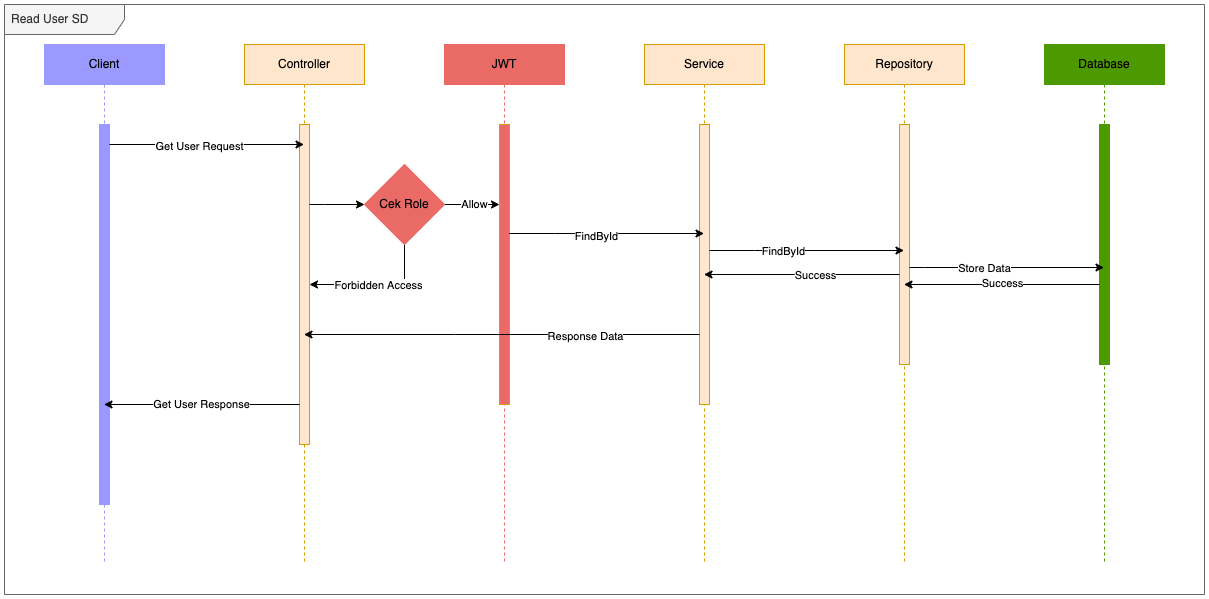
Earlier version of the draw.io export doc/diagram_read.png (wahyugnc/technical-test). Source tidied: cells renumbered, new cells last; positions are measured from the earlier drawing's top-left corner, leaving out a move shared by most shapes.
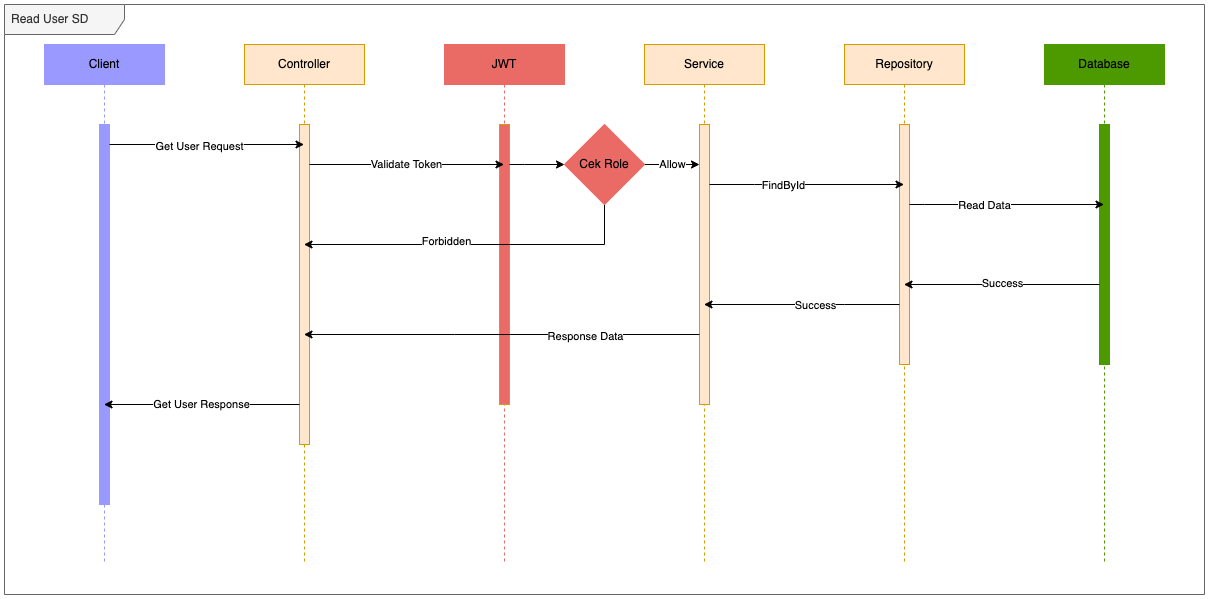
After the commit.

Diff of the diagram source:
```diff
@@ -35,6 +35,19 @@
     <mxCell id="12" style="html=1;points=[];perimeter=orthogonalPerimeter;fillColor=#4D9900;strokeColor=#4D9900;" parent="11" vertex="1">
       <mxGeometry x="55" y="80" width="10" height="240" as="geometry" />
     </mxCell>
+    <mxCell id="22" style="edgeStyle=orthogonalEdgeStyle;rounded=0;orthogonalLoop=1;jettySize=auto;html=1;" parent="11" edge="1">
+      <mxGeometry relative="1" as="geometry">
+        <mxPoint x="-135" y="160" as="sourcePoint" />
+        <mxPoint x="59.5" y="160" as="targetPoint" />
+        <Array as="points">
+          <mxPoint x="-120" y="160" />
+          <mxPoint x="-120" y="160" />
+        </Array>
+      </mxGeometry>
+    </mxCell>
+    <mxCell id="23" value="Read Data" style="edgeLabel;html=1;align=center;verticalAlign=middle;" parent="22" vertex="1">
+      <mxGeometry x="-0.24" relative="1" as="geometry" />
+    </mxCell>
     <mxCell id="13" value="JWT" style="shape=umlLifeline;perimeter=lifelinePerimeter;whiteSpace=wrap;html=1;outlineConnect=0;fillColor=#EA6B66;strokeColor=#EA6B66;" parent="1" vertex="1">
       <mxGeometry x="440" y="40" width="120" height="520" as="geometry" />
     </mxCell>
@@ -60,45 +73,19 @@
         </Array>
       </mxGeometry>
     </mxCell>
-    <mxCell id="18" style="edgeStyle=orthogonalEdgeStyle;rounded=0;orthogonalLoop=1;jettySize=auto;html=1;" parent="1" edge="1">
-      <mxGeometry relative="1" as="geometry">
-        <mxPoint x="505" y="229" as="sourcePoint" />
-        <mxPoint x="699.5" y="229" as="targetPoint" />
-        <Array as="points">
-          <mxPoint x="550" y="229" />
-          <mxPoint x="550" y="229" />
-        </Array>
-      </mxGeometry>
-    </mxCell>
-    <mxCell id="19" value="FindById" style="edgeLabel;html=1;align=center;verticalAlign=middle;" parent="18" vertex="1">
-      <mxGeometry x="-0.12" y="-2" relative="1" as="geometry" />
-    </mxCell>
     <mxCell id="20" style="edgeStyle=orthogonalEdgeStyle;rounded=0;orthogonalLoop=1;jettySize=auto;html=1;" parent="1" edge="1">
       <mxGeometry relative="1" as="geometry">
-        <mxPoint x="705" y="246" as="sourcePoint" />
-        <mxPoint x="899.5" y="246" as="targetPoint" />
+        <mxPoint x="705" y="180" as="sourcePoint" />
+        <mxPoint x="899.5" y="180" as="targetPoint" />
         <Array as="points">
-          <mxPoint x="750" y="246" />
-          <mxPoint x="750" y="246" />
+          <mxPoint x="750" y="180" />
+          <mxPoint x="750" y="180" />
         </Array>
       </mxGeometry>
     </mxCell>
     <mxCell id="21" value="FindById" style="edgeLabel;html=1;align=center;verticalAlign=middle;" parent="20" vertex="1">
       <mxGeometry x="-0.25" relative="1" as="geometry" />
     </mxCell>
-    <mxCell id="22" style="edgeStyle=orthogonalEdgeStyle;rounded=0;orthogonalLoop=1;jettySize=auto;html=1;" parent="1" edge="1">
-      <mxGeometry relative="1" as="geometry">
-        <mxPoint x="905" y="263" as="sourcePoint" />
-        <mxPoint x="1099.5" y="263" as="targetPoint" />
-        <Array as="points">
-          <mxPoint x="920" y="263" />
-          <mxPoint x="920" y="263" />
-        </Array>
-      </mxGeometry>
-    </mxCell>
-    <mxCell id="23" value="Store Data" style="edgeLabel;html=1;align=center;verticalAlign=middle;" parent="22" vertex="1">
-      <mxGeometry x="-0.24" relative="1" as="geometry" />
-    </mxCell>
     <mxCell id="24" style="edgeStyle=orthogonalEdgeStyle;rounded=0;jettySize=auto;html=1;" parent="1" edge="1" source="12" target="9">
       <mxGeometry relative="1" as="geometry">
         <Array as="points">
@@ -113,8 +100,8 @@
     <mxCell id="26" style="edgeStyle=orthogonalEdgeStyle;rounded=0;jettySize=auto;html=1;" parent="1" edge="1" source="10" target="7">
       <mxGeometry relative="1" as="geometry">
         <Array as="points">
-          <mxPoint x="790" y="270" />
-          <mxPoint x="790" y="270" />
+          <mxPoint x="840" y="300" />
+          <mxPoint x="840" y="300" />
         </Array>
       </mxGeometry>
     </mxCell>
@@ -134,37 +121,42 @@
         <mxPoint x="118" as="offset" />
       </mxGeometry>
     </mxCell>
-    <mxCell id="30" style="edgeStyle=orthogonalEdgeStyle;rounded=0;jettySize=auto;html=1;" parent="1" edge="1" source="34" target="14">
-      <mxGeometry relative="1" as="geometry">
-        <Array as="points">
-          <mxPoint x="480" y="200" />
-          <mxPoint x="480" y="200" />
-        </Array>
-      </mxGeometry>
-    </mxCell>
-    <mxCell id="31" value="Allow" style="edgeLabel;html=1;align=center;verticalAlign=middle;" parent="30" vertex="1">
-      <mxGeometry x="0.05" y="1" relative="1" as="geometry" />
+    <mxCell id="31" value="Allow" style="edgeStyle=orthogonalEdgeStyle;rounded=0;jettySize=auto;html=1;" parent="1" edge="1" source="34" target="8">
+      <mxGeometry relative="1" as="geometry">
+        <Array as="points">
+          <mxPoint x="680" y="160" />
+          <mxPoint x="680" y="160" />
+        </Array>
+      </mxGeometry>
     </mxCell>
-    <mxCell id="32" style="edgeStyle=orthogonalEdgeStyle;rounded=0;jettySize=auto;html=1;" parent="1" edge="1" source="34" target="6">
-      <mxGeometry relative="1" as="geometry">
-        <Array as="points">
-          <mxPoint x="400" y="280" />
-        </Array>
-      </mxGeometry>
-    </mxCell>
-    <mxCell id="33" value="Forbidden Access" style="edgeLabel;html=1;align=center;verticalAlign=middle;" parent="32" vertex="1">
-      <mxGeometry x="-0.01" relative="1" as="geometry" />
-    </mxCell>
+    <mxCell id="36" style="edgeStyle=orthogonalEdgeStyle;rounded=0;jettySize=auto;html=1;" parent="1" edge="1" source="34" target="5">
+      <mxGeometry relative="1" as="geometry">
+        <Array as="points">
+          <mxPoint x="600" y="240" />
+        </Array>
+      </mxGeometry>
+    </mxCell>
+    <mxCell id="37" value="Forbidden" style="edgeLabel;html=1;align=center;verticalAlign=middle;" parent="36" vertex="1">
+      <mxGeometry x="0.17" y="-4" relative="1" as="geometry" />
+    </mxCell>
     <mxCell id="34" value="Cek Role" style="rhombus;whiteSpace=wrap;html=1;strokeColor=#EA6B66;fillColor=#EA6B66;" parent="1" vertex="1">
-      <mxGeometry x="360" y="160" width="80" height="80" as="geometry" />
+      <mxGeometry x="560" y="120" width="80" height="80" as="geometry" />
     </mxCell>
-    <mxCell id="35" style="edgeStyle=orthogonalEdgeStyle;rounded=0;jettySize=auto;html=1;entryX=0;entryY=0.5;entryDx=0;entryDy=0;" parent="1" edge="1" source="6" target="34">
-      <mxGeometry relative="1" as="geometry">
-        <Array as="points">
-          <mxPoint x="320" y="200" />
-          <mxPoint x="320" y="200" />
-        </Array>
-      </mxGeometry>
-    </mxCell>
+    <mxCell id="38" value="Validate Token" style="edgeStyle=orthogonalEdgeStyle;rounded=0;jettySize=auto;html=1;" parent="1" edge="1" source="6" target="13">
+      <mxGeometry relative="1" as="geometry">
+        <Array as="points">
+          <mxPoint x="410" y="160" />
+          <mxPoint x="410" y="160" />
+        </Array>
+      </mxGeometry>
+    </mxCell>
+    <mxCell id="39" style="edgeStyle=orthogonalEdgeStyle;rounded=0;jettySize=auto;html=1;" parent="1" edge="1" source="14" target="34">
+      <mxGeometry relative="1" as="geometry">
+        <Array as="points">
+          <mxPoint x="520" y="160" />
+          <mxPoint x="520" y="160" />
+        </Array>
+      </mxGeometry>
+    </mxCell>
   </root>
 </mxGraphModel>
```
